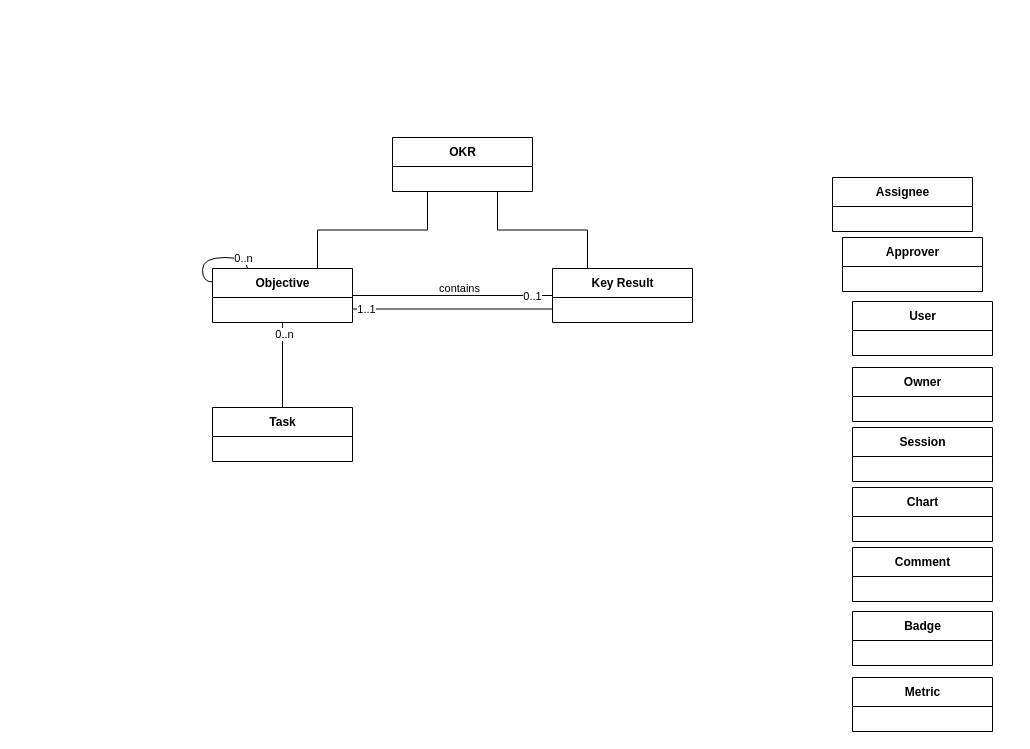
The draw.io diagram diagrams/domain diagram.drawio in KhFendri/OKR_UML, before the edit. Source tidied: cells renumbered, new cells numbered last; positions are measured from the earlier drawing's top-left corner, leaving out a move shared by most shapes. Both pictures are drawn from the tidied source at 100%, with x=0, y=0 at pixel (202, 137).
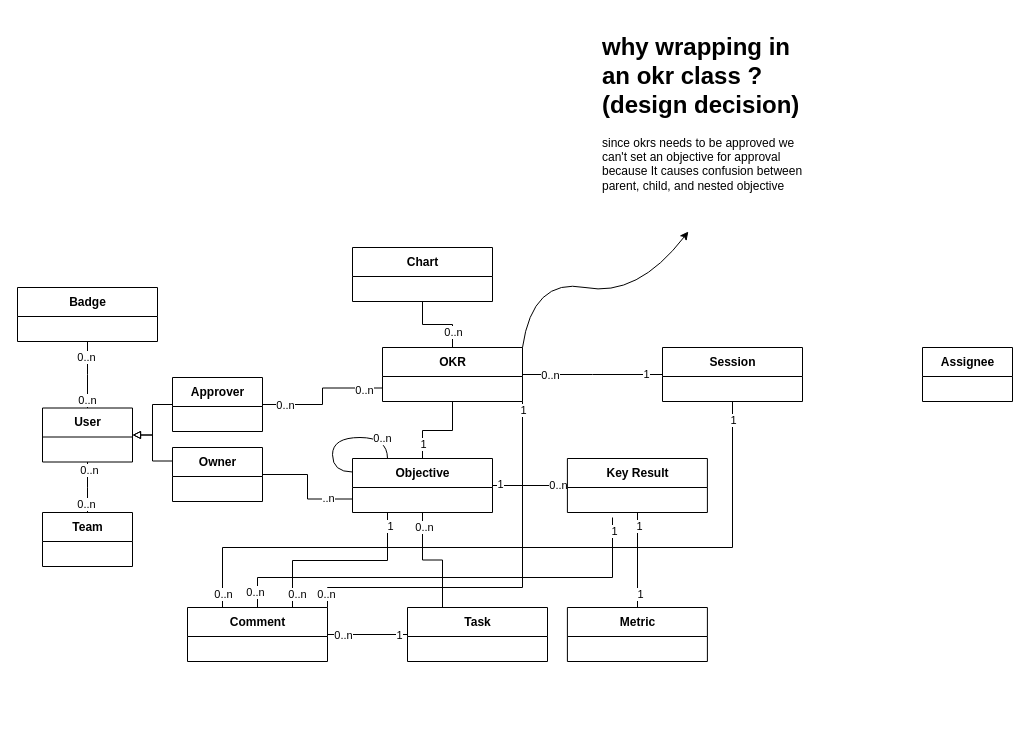
The same diagram, later.

Unchanged cells that the change refers to:
```xml
<mxCell id="22" value="Objective" style="swimlane;fontStyle=1;align=center;verticalAlign=middle;horizontal=1;startSize=29;html=1;" parent="21" vertex="1">
  <mxGeometry x="10" y="11" width="140" height="54" as="geometry" />
</mxCell>
```

What changed in the source:
```diff
@@
-    <mxCell id="2" style="edgeStyle=orthogonalEdgeStyle;rounded=0;jettySize=auto;html=1;exitX=0.25;exitY=1;exitDx=0;exitDy=0;entryX=0.75;entryY=0;entryDx=0;entryDy=0;endArrow=none;endFill=0;" parent="1" edge="1" source="4" target="22">
+    <mxCell id="2" style="edgeStyle=elbowEdgeStyle;rounded=0;jettySize=auto;elbow=vertical;html=1;entryX=0.5;entryY=0;entryDx=0;entryDy=0;endArrow=none;endFill=0;" parent="1" edge="1" source="4" target="22">
       <mxGeometry relative="1" as="geometry" />
     </mxCell>
-    <mxCell id="3" style="edgeStyle=orthogonalEdgeStyle;rounded=0;jettySize=auto;html=1;exitX=0.75;exitY=1;exitDx=0;exitDy=0;entryX=0.25;entryY=0;entryDx=0;entryDy=0;endArrow=none;endFill=0;" parent="1" edge="1" source="4" target="10">
-      <mxGeometry relative="1" as="geometry" />
-    </mxCell>
+    <mxCell id="27" value="1" style="edgeLabel;html=1;align=center;verticalAlign=middle;fontSize=11;fontFamily=Helvetica;fontColor=default;" parent="2" vertex="1">
+      <mxGeometry x="0.75" relative="1" as="geometry">
+        <mxPoint y="-4" as="offset" />
+      </mxGeometry>
+    </mxCell>
+    <mxCell id="28" style="edgeStyle=elbowEdgeStyle;shape=connector;rounded=0;jettySize=auto;html=1;exitX=1;exitY=0.5;exitDx=0;exitDy=0;entryX=0;entryY=0.5;entryDx=0;entryDy=0;labelBackgroundColor=default;fontFamily=Helvetica;fontSize=11;fontColor=default;startArrow=none;startFill=0;endArrow=none;endFill=0;strokeColor=default;" parent="1" edge="1" source="4" target="12">
+      <mxGeometry relative="1" as="geometry" />
+    </mxCell>
+    <mxCell id="29" value="1" style="edgeLabel;html=1;align=center;verticalAlign=middle;fontSize=11;fontFamily=Helvetica;fontColor=default;" parent="28" vertex="1">
+      <mxGeometry x="0.88" y="1" relative="1" as="geometry">
+        <mxPoint x="-9" as="offset" />
+      </mxGeometry>
+    </mxCell>
+    <mxCell id="30" value="0..n" style="edgeLabel;html=1;align=center;verticalAlign=middle;fontSize=11;fontFamily=Helvetica;fontColor=default;" parent="28" vertex="1">
+      <mxGeometry x="-0.78" relative="1" as="geometry">
+        <mxPoint x="12" as="offset" />
+      </mxGeometry>
+    </mxCell>
     <mxCell id="4" value="OKR" style="swimlane;fontStyle=1;align=center;verticalAlign=middle;horizontal=1;startSize=29;html=1;" parent="1" vertex="1">
-      <mxGeometry x="190" width="140" height="54" as="geometry" />
+      <mxGeometry x="180" y="210" width="140" height="54" as="geometry" />
     </mxCell>
-    <mxCell id="5" style="edgeStyle=orthogonalEdgeStyle;rounded=0;jettySize=auto;html=1;exitX=0;exitY=0.5;exitDx=0;exitDy=0;entryX=1;entryY=0.5;entryDx=0;entryDy=0;endArrow=none;endFill=0;" parent="1" edge="1" source="10" target="22">
-      <mxGeometry relative="1" as="geometry" />
-    </mxCell>
-    <mxCell id="6" value="0..1" style="edgeLabel;html=1;align=center;verticalAlign=middle;" parent="5" vertex="1">
-      <mxGeometry x="-0.79" relative="1" as="geometry" />
-    </mxCell>
-    <mxCell id="7" value="contains" style="edgeLabel;html=1;align=center;verticalAlign=middle;" parent="5" vertex="1">
-      <mxGeometry x="-0.07" y="-2" relative="1" as="geometry">
-        <mxPoint x="-1" y="-6" as="offset" />
-      </mxGeometry>
-    </mxCell>
-    <mxCell id="8" style="edgeStyle=orthogonalEdgeStyle;rounded=0;jettySize=auto;html=1;exitX=0;exitY=0.75;exitDx=0;exitDy=0;entryX=1;entryY=0.75;entryDx=0;entryDy=0;endArrow=none;endFill=0;" parent="1" edge="1" source="10" target="22">
-      <mxGeometry relative="1" as="geometry" />
-    </mxCell>
-    <mxCell id="9" value="1..1" style="edgeLabel;html=1;align=center;verticalAlign=middle;" parent="8" vertex="1">
-      <mxGeometry x="0.87" relative="1" as="geometry" />
-    </mxCell>
+    <mxCell id="31" style="edgeStyle=orthogonalEdgeStyle;rounded=0;jettySize=auto;html=1;exitX=0;exitY=0.5;exitDx=0;exitDy=0;endArrow=none;endFill=0;" parent="1" edge="1" source="10" target="22">
+      <mxGeometry relative="1" as="geometry" />
+    </mxCell>
+    <mxCell id="32" value="0..n" style="edgeLabel;html=1;align=center;verticalAlign=middle;" parent="31" vertex="1">
+      <mxGeometry x="-0.77" y="-1" relative="1" as="geometry" />
+    </mxCell>
+    <mxCell id="33" value="1" style="edgeLabel;html=1;align=center;verticalAlign=middle;" parent="31" vertex="1">
+      <mxGeometry x="0.79" y="-2" relative="1" as="geometry" />
+    </mxCell>
     <mxCell id="10" value="Key Result" style="swimlane;fontStyle=1;align=center;verticalAlign=middle;horizontal=1;startSize=29;html=1;" parent="1" vertex="1">
-      <mxGeometry x="350" y="131" width="140" height="54" as="geometry" />
+      <mxGeometry x="364.9" y="321" width="140" height="54" as="geometry" />
     </mxCell>
-    <mxCell id="11" value="Chart" style="swimlane;fontStyle=1;align=center;verticalAlign=middle;horizontal=1;startSize=29;html=1;" parent="1" vertex="1">
-      <mxGeometry x="650" y="350" width="140" height="54" as="geometry" />
-    </mxCell>
     <mxCell id="12" value="Session" style="swimlane;fontStyle=1;align=center;verticalAlign=middle;horizontal=1;startSize=29;html=1;" parent="1" vertex="1">
-      <mxGeometry x="650" y="290" width="140" height="54" as="geometry" />
+      <mxGeometry x="460" y="210" width="140" height="54" as="geometry" />
     </mxCell>
+    <mxCell id="34" style="edgeStyle=elbowEdgeStyle;shape=connector;rounded=0;jettySize=auto;html=1;exitX=0.5;exitY=1;exitDx=0;exitDy=0;entryX=0.5;entryY=0;entryDx=0;entryDy=0;labelBackgroundColor=default;fontFamily=Helvetica;fontSize=11;fontColor=default;startArrow=none;startFill=0;endArrow=none;endFill=0;strokeColor=default;" parent="1" edge="1" source="13" target="66">
+      <mxGeometry relative="1" as="geometry" />
+    </mxCell>
+    <mxCell id="35" value="0..n" style="edgeLabel;html=1;align=center;verticalAlign=middle;fontSize=11;fontFamily=Helvetica;fontColor=default;" parent="34" vertex="1">
+      <mxGeometry x="0.65" y="-2" relative="1" as="geometry" />
+    </mxCell>
+    <mxCell id="36" value="0..n" style="edgeLabel;html=1;align=center;verticalAlign=middle;fontSize=11;fontFamily=Helvetica;fontColor=default;" parent="34" vertex="1">
+      <mxGeometry x="-0.68" y="1" relative="1" as="geometry" />
+    </mxCell>
     <mxCell id="13" value="User" style="swimlane;fontStyle=1;align=center;verticalAlign=middle;horizontal=1;startSize=29;html=1;" parent="1" vertex="1">
-      <mxGeometry x="650" y="164" width="140" height="54" as="geometry" />
+      <mxGeometry x="-160" y="270.5" width="90" height="54" as="geometry" />
     </mxCell>
+    <mxCell id="37" style="edgeStyle=elbowEdgeStyle;rounded=0;jettySize=auto;html=1;entryX=0;entryY=0.75;entryDx=0;entryDy=0;endArrow=none;endFill=0;exitX=1;exitY=0.5;exitDx=0;exitDy=0;" parent="1" edge="1" source="14" target="22">
+      <mxGeometry relative="1" as="geometry" />
+    </mxCell>
+    <mxCell id="38" value="..n" style="edgeLabel;html=1;align=center;verticalAlign=middle;" parent="37" vertex="1">
+      <mxGeometry x="0.9" y="1" relative="1" as="geometry">
+        <mxPoint x="-19" as="offset" />
+      </mxGeometry>
+    </mxCell>
+    <mxCell id="39" style="edgeStyle=elbowEdgeStyle;shape=connector;rounded=0;jettySize=auto;html=1;exitX=0;exitY=0.25;exitDx=0;exitDy=0;entryX=1;entryY=0.5;entryDx=0;entryDy=0;labelBackgroundColor=default;fontFamily=Helvetica;fontSize=11;fontColor=default;startArrow=none;startFill=0;endArrow=block;endFill=0;strokeColor=default;" parent="1" edge="1" source="14" target="13">
+      <mxGeometry relative="1" as="geometry" />
+    </mxCell>
     <mxCell id="14" value="Owner" style="swimlane;fontStyle=1;align=center;verticalAlign=middle;horizontal=1;startSize=29;html=1;" parent="1" vertex="1">
-      <mxGeometry x="650" y="230" width="140" height="54" as="geometry" />
+      <mxGeometry x="-30" y="310" width="90" height="54" as="geometry" />
     </mxCell>
     <mxCell id="15" value="Assignee" style="swimlane;fontStyle=1;align=center;verticalAlign=middle;horizontal=1;startSize=29;html=1;" parent="1" vertex="1">
-      <mxGeometry x="630" y="40" width="140" height="54" as="geometry" />
+      <mxGeometry x="720" y="210" width="90" height="54" as="geometry" />
     </mxCell>
+    <mxCell id="40" style="edgeStyle=elbowEdgeStyle;shape=connector;rounded=0;jettySize=auto;elbow=vertical;html=1;entryX=0.5;entryY=0;entryDx=0;entryDy=0;labelBackgroundColor=default;fontFamily=Helvetica;fontSize=11;fontColor=default;startArrow=none;startFill=0;endArrow=none;endFill=0;strokeColor=default;" parent="1" edge="1" source="16" target="13">
+      <mxGeometry relative="1" as="geometry" />
+    </mxCell>
+    <mxCell id="41" value="0..n" style="edgeLabel;html=1;align=center;verticalAlign=middle;fontSize=11;fontFamily=Helvetica;fontColor=default;" parent="40" vertex="1">
+      <mxGeometry x="0.73" y="-1" relative="1" as="geometry" />
+    </mxCell>
+    <mxCell id="42" value="0..n" style="edgeLabel;html=1;align=center;verticalAlign=middle;fontSize=11;fontFamily=Helvetica;fontColor=default;" parent="40" vertex="1">
+      <mxGeometry x="-0.55" y="-2" relative="1" as="geometry" />
+    </mxCell>
     <mxCell id="16" value="Badge" style="swimlane;fontStyle=1;align=center;verticalAlign=middle;horizontal=1;startSize=29;html=1;" parent="1" vertex="1">
-      <mxGeometry x="650" y="474" width="140" height="54" as="geometry" />
+      <mxGeometry x="-185" y="150" width="140" height="54" as="geometry" />
     </mxCell>
+    <mxCell id="43" style="edgeStyle=elbowEdgeStyle;shape=connector;rounded=0;jettySize=auto;html=1;exitX=0.75;exitY=0;exitDx=0;exitDy=0;entryX=0.25;entryY=1;entryDx=0;entryDy=0;labelBackgroundColor=default;fontFamily=Helvetica;fontSize=11;fontColor=default;startArrow=none;startFill=0;endArrow=none;endFill=0;strokeColor=default;elbow=vertical;" parent="1" edge="1" source="17" target="22">
+      <mxGeometry relative="1" as="geometry" />
+    </mxCell>
+    <mxCell id="44" value="1" style="edgeLabel;html=1;align=center;verticalAlign=middle;fontSize=11;fontFamily=Helvetica;fontColor=default;" parent="43" vertex="1">
+      <mxGeometry x="0.86" y="-2" relative="1" as="geometry" />
+    </mxCell>
+    <mxCell id="45" value="0..n" style="edgeLabel;html=1;align=center;verticalAlign=middle;fontSize=11;fontFamily=Helvetica;fontColor=default;" parent="43" vertex="1">
+      <mxGeometry x="-0.85" y="-4" relative="1" as="geometry" />
+    </mxCell>
+    <mxCell id="46" style="edgeStyle=elbowEdgeStyle;shape=connector;rounded=0;jettySize=auto;elbow=vertical;html=1;entryX=0;entryY=0.5;entryDx=0;entryDy=0;labelBackgroundColor=default;fontFamily=Helvetica;fontSize=11;fontColor=default;startArrow=none;startFill=0;endArrow=none;endFill=0;strokeColor=default;" parent="1" edge="1" source="17" target="18">
+      <mxGeometry relative="1" as="geometry">
+        <Array as="points">
+          <mxPoint x="150" y="497" />
+        </Array>
+      </mxGeometry>
+    </mxCell>
+    <mxCell id="47" value="0..n" style="edgeLabel;html=1;align=center;verticalAlign=middle;fontSize=11;fontFamily=Helvetica;fontColor=default;" parent="46" vertex="1">
+      <mxGeometry x="-0.05" y="1" relative="1" as="geometry">
+        <mxPoint x="-23" y="1" as="offset" />
+      </mxGeometry>
+    </mxCell>
+    <mxCell id="48" value="1" style="edgeLabel;html=1;align=center;verticalAlign=middle;fontSize=11;fontFamily=Helvetica;fontColor=default;" parent="46" vertex="1">
+      <mxGeometry x="0.78" relative="1" as="geometry" />
+    </mxCell>
+    <mxCell id="49" style="edgeStyle=elbowEdgeStyle;shape=connector;rounded=0;jettySize=auto;elbow=vertical;html=1;exitX=0.5;exitY=0;exitDx=0;exitDy=0;labelBackgroundColor=default;fontFamily=Helvetica;fontSize=11;fontColor=default;startArrow=none;startFill=0;endArrow=none;endFill=0;strokeColor=default;" parent="1" edge="1" source="17">
+      <mxGeometry relative="1" as="geometry">
+        <mxPoint x="410" y="380" as="targetPoint" />
+        <Array as="points">
+          <mxPoint x="230" y="440" />
+        </Array>
+      </mxGeometry>
+    </mxCell>
+    <mxCell id="50" value="1" style="edgeLabel;html=1;align=center;verticalAlign=middle;fontSize=11;fontFamily=Helvetica;fontColor=default;" parent="49" vertex="1">
+      <mxGeometry x="0.94" y="-1" relative="1" as="geometry" />
+    </mxCell>
+    <mxCell id="51" value="0..n" style="edgeLabel;html=1;align=center;verticalAlign=middle;fontSize=11;fontFamily=Helvetica;fontColor=default;" parent="49" vertex="1">
+      <mxGeometry x="-0.93" y="3" relative="1" as="geometry" />
+    </mxCell>
+    <mxCell id="52" style="edgeStyle=elbowEdgeStyle;shape=connector;rounded=0;jettySize=auto;elbow=vertical;html=1;exitX=0.25;exitY=0;exitDx=0;exitDy=0;entryX=0.5;entryY=1;entryDx=0;entryDy=0;labelBackgroundColor=default;fontFamily=Helvetica;fontSize=11;fontColor=default;startArrow=none;startFill=0;endArrow=none;endFill=0;strokeColor=default;" parent="1" edge="1" source="17" target="12">
+      <mxGeometry relative="1" as="geometry">
+        <Array as="points">
+          <mxPoint x="220" y="410" />
+        </Array>
+      </mxGeometry>
+    </mxCell>
+    <mxCell id="53" value="1" style="edgeLabel;html=1;align=center;verticalAlign=middle;fontSize=11;fontFamily=Helvetica;fontColor=default;" parent="52" vertex="1">
+      <mxGeometry x="0.95" relative="1" as="geometry" />
+    </mxCell>
+    <mxCell id="54" value="0..n" style="edgeLabel;html=1;align=center;verticalAlign=middle;fontSize=11;fontFamily=Helvetica;fontColor=default;" parent="52" vertex="1">
+      <mxGeometry x="-0.96" relative="1" as="geometry" />
+    </mxCell>
+    <mxCell id="55" style="edgeStyle=elbowEdgeStyle;shape=connector;rounded=0;jettySize=auto;elbow=vertical;html=1;exitX=1;exitY=0;exitDx=0;exitDy=0;labelBackgroundColor=default;fontFamily=Helvetica;fontSize=11;fontColor=default;startArrow=none;startFill=0;endArrow=none;endFill=0;strokeColor=default;entryX=1;entryY=1;entryDx=0;entryDy=0;" parent="1" edge="1" source="17" target="4">
+      <mxGeometry relative="1" as="geometry">
+        <Array as="points">
+          <mxPoint x="210" y="450" />
+        </Array>
+      </mxGeometry>
+    </mxCell>
+    <mxCell id="56" value="0..n" style="edgeLabel;html=1;align=center;verticalAlign=middle;fontSize=11;fontFamily=Helvetica;fontColor=default;" parent="55" vertex="1">
+      <mxGeometry x="-0.93" y="2" relative="1" as="geometry" />
+    </mxCell>
+    <mxCell id="57" value="1" style="edgeLabel;html=1;align=center;verticalAlign=middle;fontSize=11;fontFamily=Helvetica;fontColor=default;" parent="55" vertex="1">
+      <mxGeometry x="0.96" relative="1" as="geometry" />
+    </mxCell>
     <mxCell id="17" value="Comment" style="swimlane;fontStyle=1;align=center;verticalAlign=middle;horizontal=1;startSize=29;html=1;" parent="1" vertex="1">
-      <mxGeometry x="650" y="410" width="140" height="54" as="geometry" />
+      <mxGeometry x="-15" y="470" width="140" height="54" as="geometry" />
     </mxCell>
     <mxCell id="18" value="Task" style="swimlane;fontStyle=1;align=center;verticalAlign=middle;horizontal=1;startSize=29;html=1;" parent="1" vertex="1">
-      <mxGeometry x="10" y="270" width="140" height="54" as="geometry" />
+      <mxGeometry x="205" y="470" width="140" height="54" as="geometry" />
     </mxCell>
+    <mxCell id="58" style="edgeStyle=elbowEdgeStyle;rounded=0;jettySize=auto;html=1;endArrow=none;endFill=0;entryX=0;entryY=0.75;entryDx=0;entryDy=0;exitX=1;exitY=0.5;exitDx=0;exitDy=0;" parent="1" edge="1" source="19" target="4">
+      <mxGeometry relative="1" as="geometry" />
+    </mxCell>
+    <mxCell id="59" value="0..n" style="edgeLabel;html=1;align=center;verticalAlign=middle;" parent="58" vertex="1">
+      <mxGeometry x="0.88" y="-2" relative="1" as="geometry">
+        <mxPoint x="-10" as="offset" />
+      </mxGeometry>
+    </mxCell>
+    <mxCell id="60" value="0..n" style="edgeLabel;html=1;align=center;verticalAlign=middle;" parent="58" vertex="1">
+      <mxGeometry x="-0.84" relative="1" as="geometry">
+        <mxPoint x="11" as="offset" />
+      </mxGeometry>
+    </mxCell>
+    <mxCell id="61" style="edgeStyle=elbowEdgeStyle;shape=connector;rounded=0;jettySize=auto;html=1;exitX=0;exitY=0.5;exitDx=0;exitDy=0;entryX=1;entryY=0.5;entryDx=0;entryDy=0;labelBackgroundColor=default;fontFamily=Helvetica;fontSize=11;fontColor=default;startArrow=none;startFill=0;endArrow=block;endFill=0;strokeColor=default;" parent="1" edge="1" source="19" target="13">
+      <mxGeometry relative="1" as="geometry" />
+    </mxCell>
     <mxCell id="19" value="Approver" style="swimlane;fontStyle=1;align=center;verticalAlign=middle;horizontal=1;startSize=29;html=1;" parent="1" vertex="1">
-      <mxGeometry x="640" y="100" width="140" height="54" as="geometry" />
+      <mxGeometry x="-30" y="240" width="90" height="54" as="geometry" />
     </mxCell>
+    <mxCell id="62" style="edgeStyle=elbowEdgeStyle;shape=connector;rounded=0;jettySize=auto;html=1;entryX=0.5;entryY=1;entryDx=0;entryDy=0;labelBackgroundColor=default;fontFamily=Helvetica;fontSize=11;fontColor=default;startArrow=none;startFill=0;endArrow=none;endFill=0;strokeColor=default;" parent="1" edge="1" source="20" target="10">
+      <mxGeometry relative="1" as="geometry" />
+    </mxCell>
+    <mxCell id="63" value="1" style="edgeLabel;html=1;align=center;verticalAlign=middle;fontSize=11;fontFamily=Helvetica;fontColor=default;" parent="62" vertex="1">
+      <mxGeometry x="-0.71" y="-2" relative="1" as="geometry" />
+    </mxCell>
+    <mxCell id="64" value="1" style="edgeLabel;html=1;align=center;verticalAlign=middle;fontSize=11;fontFamily=Helvetica;fontColor=default;" parent="62" vertex="1">
+      <mxGeometry x="0.73" y="-1" relative="1" as="geometry" />
+    </mxCell>
     <mxCell id="20" value="Metric" style="swimlane;fontStyle=1;align=center;verticalAlign=middle;horizontal=1;startSize=29;html=1;" parent="1" vertex="1">
-      <mxGeometry x="650" y="540" width="140" height="54" as="geometry" />
+      <mxGeometry x="364.9" y="470" width="140" height="54" as="geometry" />
     </mxCell>
     <mxCell id="21" style="group;" parent="1" vertex="1">
-      <mxGeometry y="120" width="150" height="65" as="geometry" />
+      <mxGeometry x="140" y="310" width="150" height="65" as="geometry" />
     </mxCell>
@@
     <mxCell id="23" style="edgeStyle=orthogonalEdgeStyle;rounded=0;orthogonalLoop=1;jettySize=auto;html=1;exitX=0;exitY=0.25;exitDx=0;exitDy=0;entryX=0.25;entryY=0;entryDx=0;entryDy=0;endArrow=none;endFill=0;curved=1;" parent="21" edge="1" source="22" target="22">
       <mxGeometry relative="1" as="geometry">
         <Array as="points">
-          <mxPoint y="25" />
-          <mxPoint />
-          <mxPoint x="45" />
+          <mxPoint x="-10" y="25" />
+          <mxPoint x="-10" y="-10" />
+          <mxPoint x="45" y="-10" />
         </Array>
       </mxGeometry>
     </mxCell>
@@
-    <mxCell id="25" style="rounded=0;jettySize=auto;html=1;entryX=0.5;entryY=0;entryDx=0;entryDy=0;endArrow=none;endFill=0;" parent="1" edge="1" source="22" target="18">
+    <mxCell id="25" style="rounded=0;jettySize=auto;html=1;entryX=0.25;entryY=0;entryDx=0;entryDy=0;endArrow=none;endFill=0;edgeStyle=orthogonalEdgeStyle;" parent="1" edge="1" source="22" target="18">
       <mxGeometry relative="1" as="geometry" />
     </mxCell>
@@
+    <mxCell id="65" value="&lt;h1&gt;why wrapping in an okr class ? (design decision)&lt;/h1&gt;&lt;p&gt;since okrs needs to be approved we can't set an objective for approval because It causes confusion between parent, child, and nested objective&lt;/p&gt;" style="text;html=1;strokeColor=none;fillColor=none;spacing=5;spacingTop=-20;whiteSpace=wrap;overflow=hidden;rounded=0;sketch=1;" parent="1" vertex="1">
+      <mxGeometry x="395" y="-110" width="220" height="200" as="geometry" />
+    </mxCell>
+    <mxCell id="66" value="Team" style="swimlane;fontStyle=1;align=center;verticalAlign=middle;horizontal=1;startSize=29;html=1;" parent="1" vertex="1">
+      <mxGeometry x="-160" y="375" width="90" height="54" as="geometry" />
+    </mxCell>
+    <mxCell id="67" style="edgeStyle=elbowEdgeStyle;shape=connector;rounded=0;jettySize=auto;elbow=vertical;html=1;entryX=0.5;entryY=0;entryDx=0;entryDy=0;labelBackgroundColor=default;fontFamily=Helvetica;fontSize=11;fontColor=default;startArrow=none;startFill=0;endArrow=none;endFill=0;strokeColor=default;" parent="1" edge="1" source="11" target="4">
+      <mxGeometry relative="1" as="geometry" />
+    </mxCell>
+    <mxCell id="68" value="0..n" style="edgeLabel;html=1;align=center;verticalAlign=middle;fontSize=11;fontFamily=Helvetica;fontColor=default;" parent="67" vertex="1">
+      <mxGeometry x="0.58" relative="1" as="geometry" />
+    </mxCell>
+    <mxCell id="11" value="Chart" style="swimlane;fontStyle=1;align=center;verticalAlign=middle;horizontal=1;startSize=29;html=1;" parent="1" vertex="1">
+      <mxGeometry x="150" y="110" width="140" height="54" as="geometry" />
+    </mxCell>
+    <mxCell id="69" style="curved=1;endArrow=classic;html=1;rounded=0;labelBackgroundColor=default;fontFamily=Helvetica;fontSize=11;fontColor=default;strokeColor=default;shape=connector;elbow=vertical;entryX=0.413;entryY=1.02;entryDx=0;entryDy=0;entryPerimeter=0;exitX=1;exitY=0;exitDx=0;exitDy=0;" parent="1" edge="1" source="4" target="65">
+      <mxGeometry relative="1" as="geometry">
+        <Array as="points">
+          <mxPoint x="330" y="140" />
+          <mxPoint x="435" y="160" />
+        </Array>
+      </mxGeometry>
+    </mxCell>
```
